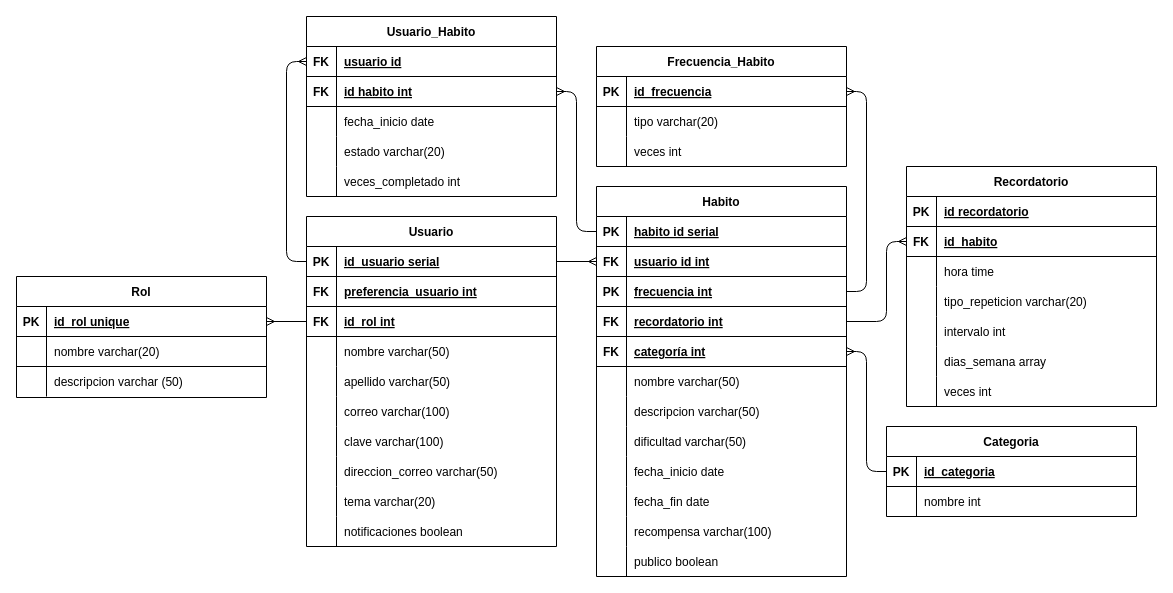
Before: docs/arquitectura/Modelo-Entidad-Relacion/MER_Extendido.drawio in JuanFernandoBallesterosMaciasUIS/Rutinia-1.0, a draw.io diagram. Source tidied: cells renumbered, new cells numbered last; positions are measured from the earlier drawing's top-left corner, leaving out a move shared by most shapes. Both pictures are drawn from the tidied source at 100%, with x=0, y=0 at pixel (16, 16).
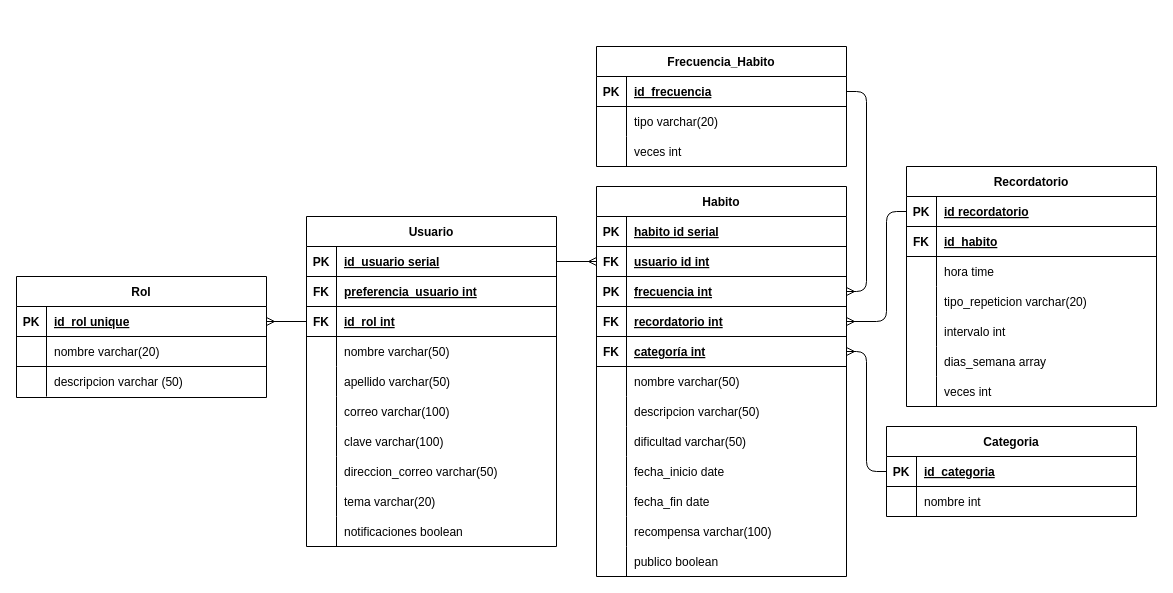
The same diagram, later.

Commit message (it also covers changes not shown here):
docs: corregir MER

Unchanged cells that the change refers to:
```xml
<mxCell id="5" style="shape=partialRectangle;fillColor=none;points=[[0,0.5],[1,0.5]];portConstraint=eastwest;top=0;left=0;right=0;bottom=1;" parent="4" vertex="1">
  <mxGeometry y="30" width="250" height="30" as="geometry" />
</mxCell>
<mxCell id="11" style="shape=partialRectangle;fillColor=none;points=[[0,0.5],[1,0.5]];portConstraint=eastwest;top=0;left=0;right=0;bottom=1;" parent="4" vertex="1">
  <mxGeometry y="90" width="250" height="30" as="geometry" />
</mxCell>
<mxCell id="14" style="shape=partialRectangle;fillColor=none;points=[[0,0.5],[1,0.5]];portConstraint=eastwest;top=0;left=0;right=0;bottom=1;" parent="4" vertex="1">
  <mxGeometry y="120" width="250" height="30" as="geometry" />
</mxCell>
<mxCell id="42" style="shape=partialRectangle;fillColor=none;points=[[0,0.5],[1,0.5]];portConstraint=eastwest;top=0;left=0;right=0;bottom=1;" parent="41" vertex="1">
  <mxGeometry y="30" width="250" height="30" as="geometry" />
</mxCell>
<mxCell id="45" style="shape=partialRectangle;fillColor=none;points=[[0,0.5],[1,0.5]];portConstraint=eastwest;top=0;left=0;right=0;bottom=1;" parent="41" vertex="1">
  <mxGeometry y="60" width="250" height="30" as="geometry" />
</mxCell>
<mxCell id="64" style="shape=partialRectangle;fillColor=none;points=[[0,0.5],[1,0.5]];portConstraint=eastwest;top=0;left=0;right=0;bottom=1;" parent="63" vertex="1">
  <mxGeometry y="30" width="250" height="30" as="geometry" />
</mxCell>
<mxCell id="111" style="shape=partialRectangle;fillColor=none;points=[[0,0.5],[1,0.5]];portConstraint=eastwest;top=0;left=0;right=0;bottom=1;" parent="110" vertex="1">
  <mxGeometry y="30" width="250" height="30" as="geometry" />
</mxCell>
```

Change to the diagram source:
```diff
@@
-    <mxCell id="3" style="edgeStyle=orthogonalEdgeStyle;rounded=1;jettySize=auto;html=1;exitX=1;exitY=0.5;exitDx=0;exitDy=0;entryX=0;entryY=0.5;entryDx=0;entryDy=0;endArrow=ERmany;endFill=0;curved=0;" parent="1" edge="1" source="14" target="45">
-      <mxGeometry relative="1" as="geometry">
-        <Array as="points">
-          <mxPoint x="870" y="305" />
-          <mxPoint x="870" y="225" />
-        </Array>
-      </mxGeometry>
-    </mxCell>
@@
-    <mxCell id="94" value="Usuario_Habito" style="shape=table;startSize=30;childLayout=tableLayout;rowLines=0;fontStyle=1;align=center;" parent="1" vertex="1">
-      <mxGeometry x="290" width="250" height="180" as="geometry" />
-    </mxCell>
-    <mxCell id="95" style="shape=partialRectangle;fillColor=none;points=[[0,0.5],[1,0.5]];portConstraint=eastwest;top=0;left=0;right=0;bottom=1;" parent="94" vertex="1">
-      <mxGeometry y="30" width="250" height="30" as="geometry" />
-    </mxCell>
-    <mxCell id="96" value="FK" style="shape=partialRectangle;overflow=hidden;fillColor=none;top=0;left=0;bottom=0;right=0;fontStyle=1;" parent="95" vertex="1">
-      <mxGeometry width="30" height="30" as="geometry" />
-    </mxCell>
-    <mxCell id="97" value="usuario id" style="shape=partialRectangle;overflow=hidden;fillColor=none;top=0;left=0;bottom=0;right=0;align=left;spacingLeft=6;fontStyle=5;" parent="95" vertex="1">
-      <mxGeometry x="30" width="220" height="30" as="geometry" />
-    </mxCell>
-    <mxCell id="98" style="shape=partialRectangle;fillColor=none;points=[[0,0.5],[1,0.5]];portConstraint=eastwest;top=0;left=0;right=0;bottom=1;" parent="94" vertex="1">
-      <mxGeometry y="60" width="250" height="30" as="geometry" />
-    </mxCell>
-    <mxCell id="99" value="FK" style="shape=partialRectangle;overflow=hidden;fillColor=none;top=0;left=0;bottom=0;right=0;fontStyle=1;" parent="98" vertex="1">
-      <mxGeometry width="30" height="30" as="geometry" />
-    </mxCell>
-    <mxCell id="100" value="id habito int" style="shape=partialRectangle;overflow=hidden;fillColor=none;top=0;left=0;bottom=0;right=0;align=left;spacingLeft=6;fontStyle=5;" parent="98" vertex="1">
-      <mxGeometry x="30" width="220" height="30" as="geometry" />
-    </mxCell>
-    <mxCell id="101" style="shape=partialRectangle;fillColor=none;top=0;left=0;right=0;bottom=0;" parent="94" vertex="1">
-      <mxGeometry y="90" width="250" height="30" as="geometry" />
-    </mxCell>
-    <mxCell id="102" style="shape=partialRectangle;overflow=hidden;fillColor=none;top=0;left=0;bottom=0;right=0;" parent="101" vertex="1">
-      <mxGeometry width="30" height="30" as="geometry" />
-    </mxCell>
-    <mxCell id="103" value="fecha_inicio date" style="shape=partialRectangle;overflow=hidden;fillColor=none;top=0;left=0;bottom=0;right=0;align=left;spacingLeft=6;" parent="101" vertex="1">
-      <mxGeometry x="30" width="220" height="30" as="geometry" />
-    </mxCell>
-    <mxCell id="104" style="shape=partialRectangle;fillColor=none;top=0;left=0;right=0;bottom=0;" parent="94" vertex="1">
-      <mxGeometry y="120" width="250" height="30" as="geometry" />
-    </mxCell>
-    <mxCell id="105" style="shape=partialRectangle;overflow=hidden;fillColor=none;top=0;left=0;bottom=0;right=0;" parent="104" vertex="1">
-      <mxGeometry width="30" height="30" as="geometry" />
-    </mxCell>
-    <mxCell id="106" value="estado varchar(20)" style="shape=partialRectangle;overflow=hidden;fillColor=none;top=0;left=0;bottom=0;right=0;align=left;spacingLeft=6;" parent="104" vertex="1">
-      <mxGeometry x="30" width="220" height="30" as="geometry" />
-    </mxCell>
-    <mxCell id="107" style="shape=partialRectangle;fillColor=none;top=0;left=0;right=0;bottom=0;" parent="94" vertex="1">
-      <mxGeometry y="150" width="250" height="30" as="geometry" />
-    </mxCell>
-    <mxCell id="108" style="shape=partialRectangle;overflow=hidden;fillColor=none;top=0;left=0;bottom=0;right=0;" parent="107" vertex="1">
-      <mxGeometry width="30" height="30" as="geometry" />
-    </mxCell>
-    <mxCell id="109" value="veces_completado int" style="shape=partialRectangle;overflow=hidden;fillColor=none;top=0;left=0;bottom=0;right=0;align=left;spacingLeft=6;" parent="107" vertex="1">
-      <mxGeometry x="30" width="220" height="30" as="geometry" />
-    </mxCell>
@@
-    <mxCell id="120" style="edgeStyle=orthogonalEdgeStyle;endArrow=ERmany;startArrow=none;endFill=0;startFill=0;entryX=0;entryY=0.5;entryDx=0;entryDy=0;exitX=0;exitY=0.5;exitDx=0;exitDy=0;rounded=1;curved=0;" parent="1" edge="1" source="64" target="95">
-      <mxGeometry relative="1" as="geometry">
-        <Array as="points">
-          <mxPoint x="270" y="245" />
-          <mxPoint x="270" y="45" />
-        </Array>
-      </mxGeometry>
-    </mxCell>
-    <mxCell id="121" style="edgeStyle=orthogonalEdgeStyle;rounded=1;jettySize=auto;html=1;exitX=1;exitY=0.5;exitDx=0;exitDy=0;entryX=1;entryY=0.5;entryDx=0;entryDy=0;endArrow=ERmany;endFill=0;curved=0;" parent="1" edge="1" source="11" target="111">
-      <mxGeometry relative="1" as="geometry">
-        <Array as="points">
-          <mxPoint x="850" y="275" />
-          <mxPoint x="850" y="75" />
-        </Array>
-      </mxGeometry>
-    </mxCell>
@@
-    <mxCell id="132" style="edgeStyle=orthogonalEdgeStyle;rounded=1;jettySize=auto;html=1;exitX=0;exitY=0.5;exitDx=0;exitDy=0;entryX=1;entryY=0.5;entryDx=0;entryDy=0;endArrow=ERmany;endFill=0;curved=0;" parent="1" edge="1" source="5" target="98">
-      <mxGeometry relative="1" as="geometry" />
-    </mxCell>
@@
+    <mxCell id="142" style="edgeStyle=orthogonalEdgeStyle;rounded=1;jettySize=auto;html=1;exitX=1;exitY=0.5;exitDx=0;exitDy=0;entryX=1;entryY=0.5;entryDx=0;entryDy=0;endArrow=ERmany;endFill=0;curved=0;" parent="1" edge="1" source="111" target="11">
+      <mxGeometry relative="1" as="geometry" />
+    </mxCell>
+    <mxCell id="143" style="edgeStyle=orthogonalEdgeStyle;rounded=1;jettySize=auto;html=1;exitX=0;exitY=0.5;exitDx=0;exitDy=0;entryX=1;entryY=0.5;entryDx=0;entryDy=0;curved=0;endArrow=ERmany;endFill=0;" parent="1" edge="1" source="42" target="14">
+      <mxGeometry relative="1" as="geometry">
+        <Array as="points">
+          <mxPoint x="870" y="195" />
+          <mxPoint x="870" y="305" />
+        </Array>
+      </mxGeometry>
+    </mxCell>
```
